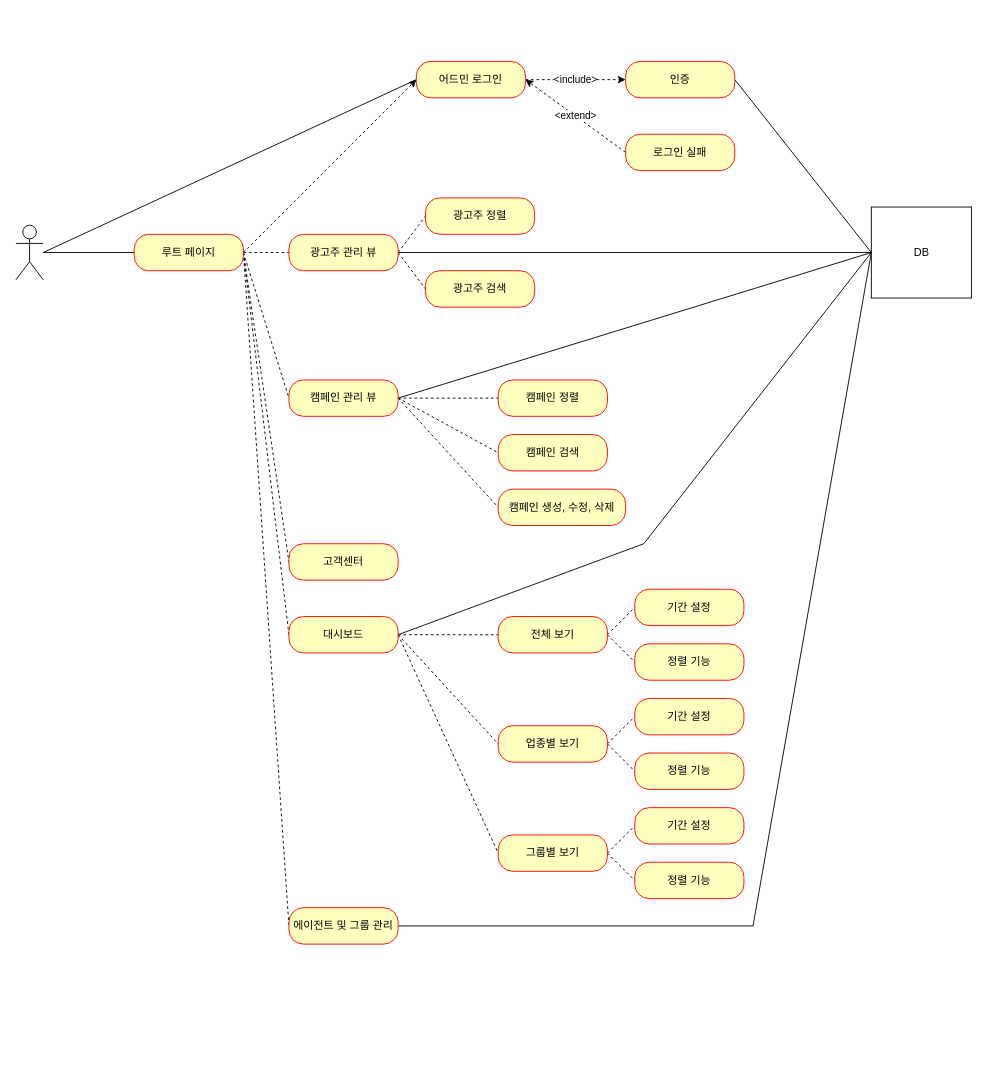
Earlier version of the draw.io diagram 제목 없는 다이어그램.drawio (mrcocoball/cocoball-ad-platform-agency). Source tidied: cells renumbered, new cells numbered last; positions are measured from the earlier drawing's top-left corner, leaving out a move shared by most shapes. Both pictures are drawn from the tidied source at 91%, with x=0, y=0 at pixel (15, 61).
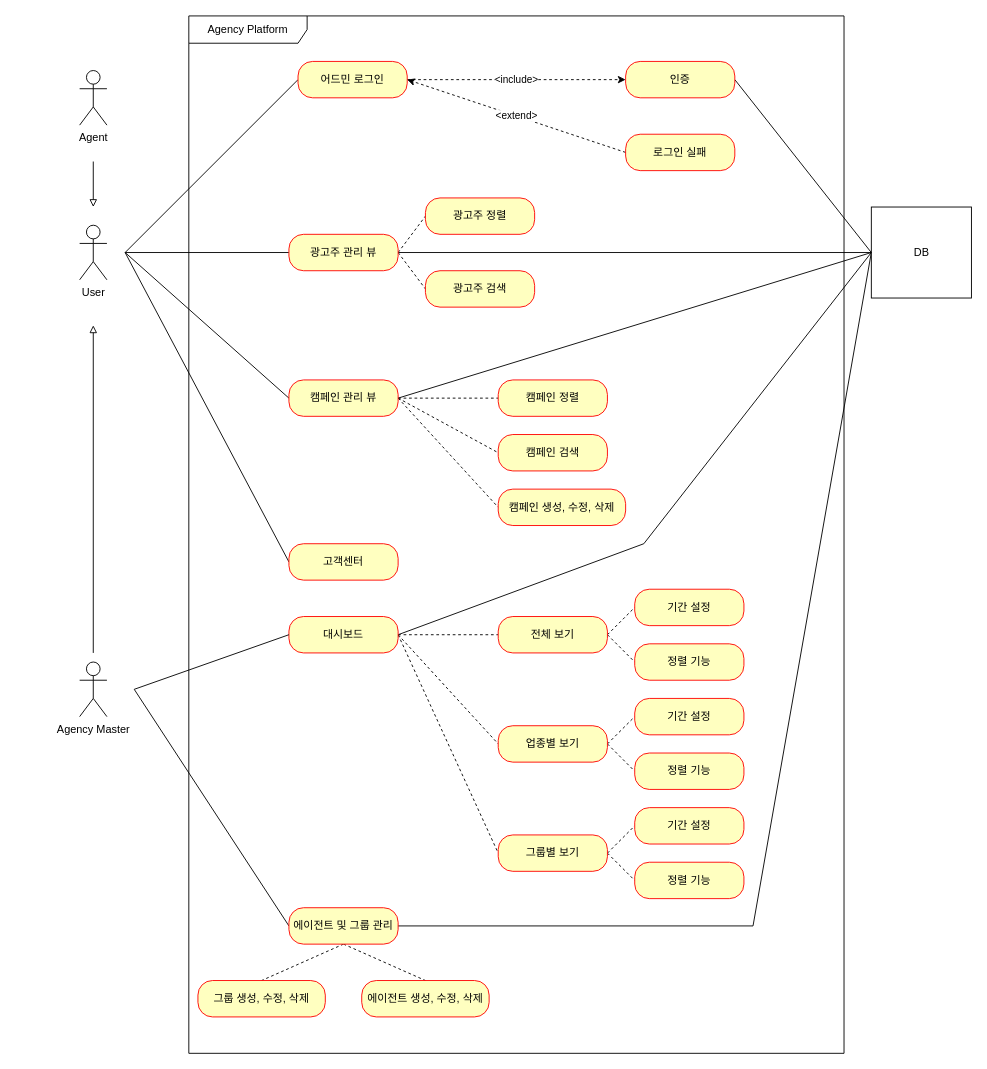
Above is the later version.

Unchanged cells that the change refers to:
```xml
<mxCell id="24" value="광고주 관리 뷰" style="rounded=1;whiteSpace=wrap;html=1;arcSize=40;fontColor=#000000;fillColor=#ffffc0;strokeColor=#ff0000;" parent="1" vertex="1">
  <mxGeometry x="300" y="190" width="120" height="40" as="geometry" />
</mxCell>
<mxCell id="25" value="고객센터" style="rounded=1;whiteSpace=wrap;html=1;arcSize=40;fontColor=#000000;fillColor=#ffffc0;strokeColor=#ff0000;" parent="1" vertex="1">
  <mxGeometry x="300" y="530" width="120" height="40" as="geometry" />
</mxCell>
<mxCell id="30" value="대시보드" style="rounded=1;whiteSpace=wrap;html=1;arcSize=40;fontColor=#000000;fillColor=#ffffc0;strokeColor=#ff0000;" parent="1" vertex="1">
  <mxGeometry x="300" y="610" width="120" height="40" as="geometry" />
</mxCell>
<mxCell id="32" value="에이전트 및 그룹 관리" style="rounded=1;whiteSpace=wrap;html=1;arcSize=40;fontColor=#000000;fillColor=#ffffc0;strokeColor=#ff0000;" parent="1" vertex="1">
  <mxGeometry x="300" y="930" width="120" height="40" as="geometry" />
</mxCell>
<mxCell id="39" value="캠페인 관리 뷰" style="rounded=1;whiteSpace=wrap;html=1;arcSize=40;fontColor=#000000;fillColor=#ffffc0;strokeColor=#ff0000;" parent="1" vertex="1">
  <mxGeometry x="300" y="350" width="120" height="40" as="geometry" />
</mxCell>
```

The edit, as a diff of the source:
```diff
@@
-    <mxCell id="2" style="edgeStyle=none;rounded=0;jettySize=auto;html=1;entryX=0;entryY=0.5;entryDx=0;entryDy=0;endArrow=none;endFill=0;" parent="1" edge="1" target="9">
-      <mxGeometry relative="1" as="geometry">
-        <mxPoint x="30" y="210" as="sourcePoint" />
-      </mxGeometry>
-    </mxCell>
-    <mxCell id="3" style="edgeStyle=none;rounded=0;jettySize=auto;html=1;entryX=0;entryY=0.5;entryDx=0;entryDy=0;endArrow=none;endFill=0;" parent="1" edge="1" source="4" target="20">
-      <mxGeometry relative="1" as="geometry" />
-    </mxCell>
+    <mxCell id="58" style="edgeStyle=none;rounded=0;jettySize=auto;html=1;entryX=0;entryY=0.5;entryDx=0;entryDy=0;endArrow=none;endFill=0;" parent="1" edge="1" target="9">
+      <mxGeometry relative="1" as="geometry">
+        <mxPoint x="120" y="210" as="sourcePoint" />
+      </mxGeometry>
+    </mxCell>
-    <mxCell id="4" style="shape=umlActor;verticalLabelPosition=bottom;verticalAlign=top;html=1;outlineConnect=0;" parent="1" vertex="1">
-      <mxGeometry y="180" width="30" height="60" as="geometry" />
+    <mxCell id="4" value="User" style="shape=umlActor;verticalLabelPosition=bottom;verticalAlign=top;html=1;outlineConnect=0;" parent="1" vertex="1">
+      <mxGeometry x="70" y="180" width="30" height="60" as="geometry" />
     </mxCell>
@@
     <mxCell id="9" value="어드민 로그인" style="rounded=1;whiteSpace=wrap;html=1;arcSize=40;fontColor=#000000;fillColor=#ffffc0;strokeColor=#ff0000;" parent="1" vertex="1">
-      <mxGeometry x="440" width="120" height="40" as="geometry" />
+      <mxGeometry x="310" width="120" height="40" as="geometry" />
     </mxCell>
@@
-    <mxCell id="14" style="edgeStyle=none;rounded=0;jettySize=auto;html=1;dashed=1;endArrow=none;endFill=0;" parent="1" edge="1" source="20" target="24">
-      <mxGeometry relative="1" as="geometry" />
-    </mxCell>
-    <mxCell id="15" style="edgeStyle=none;rounded=0;jettySize=auto;html=1;entryX=0;entryY=0.5;entryDx=0;entryDy=0;dashed=1;exitX=1;exitY=0.5;exitDx=0;exitDy=0;" parent="1" edge="1" source="20" target="9">
-      <mxGeometry relative="1" as="geometry" />
-    </mxCell>
-    <mxCell id="16" style="edgeStyle=none;rounded=0;jettySize=auto;html=1;entryX=0;entryY=0.5;entryDx=0;entryDy=0;endArrow=none;endFill=0;dashed=1;exitX=1;exitY=0.5;exitDx=0;exitDy=0;" parent="1" edge="1" source="20" target="30">
-      <mxGeometry relative="1" as="geometry" />
-    </mxCell>
-    <mxCell id="17" style="edgeStyle=none;rounded=0;jettySize=auto;html=1;entryX=0;entryY=0.5;entryDx=0;entryDy=0;dashed=1;endArrow=none;endFill=0;exitX=1;exitY=0.5;exitDx=0;exitDy=0;" parent="1" edge="1" source="20" target="25">
-      <mxGeometry relative="1" as="geometry" />
-    </mxCell>
-    <mxCell id="18" style="edgeStyle=none;rounded=0;jettySize=auto;html=1;entryX=0;entryY=0.5;entryDx=0;entryDy=0;endArrow=none;endFill=0;exitX=1;exitY=0.5;exitDx=0;exitDy=0;dashed=1;" parent="1" edge="1" source="20" target="39">
-      <mxGeometry relative="1" as="geometry" />
-    </mxCell>
-    <mxCell id="19" style="edgeStyle=none;rounded=0;jettySize=auto;html=1;entryX=0;entryY=0.5;entryDx=0;entryDy=0;dashed=1;endArrow=none;endFill=0;exitX=1;exitY=0.5;exitDx=0;exitDy=0;" parent="1" edge="1" source="20" target="32">
-      <mxGeometry relative="1" as="geometry" />
-    </mxCell>
-    <mxCell id="20" value="루트 페이지" style="rounded=1;whiteSpace=wrap;html=1;arcSize=40;fontColor=#000000;fillColor=#ffffc0;strokeColor=#ff0000;" parent="1" vertex="1">
-      <mxGeometry x="130" y="190" width="120" height="40" as="geometry" />
-    </mxCell>
@@
+    <mxCell id="59" style="edgeStyle=none;rounded=0;jettySize=auto;html=1;endArrow=none;endFill=0;" parent="1" edge="1" source="24">
+      <mxGeometry relative="1" as="geometry">
+        <mxPoint x="120" y="210" as="targetPoint" />
+      </mxGeometry>
+    </mxCell>
@@
+    <mxCell id="60" style="edgeStyle=none;rounded=0;jettySize=auto;html=1;endArrow=none;endFill=0;exitX=0;exitY=0.5;exitDx=0;exitDy=0;" parent="1" edge="1" source="25">
+      <mxGeometry relative="1" as="geometry">
+        <mxPoint x="120" y="210" as="targetPoint" />
+      </mxGeometry>
+    </mxCell>
@@
+    <mxCell id="61" style="edgeStyle=none;rounded=0;jettySize=auto;html=1;endArrow=none;endFill=0;exitX=0;exitY=0.5;exitDx=0;exitDy=0;" parent="1" edge="1" source="32">
+      <mxGeometry relative="1" as="geometry">
+        <mxPoint x="130" y="690" as="targetPoint" />
+      </mxGeometry>
+    </mxCell>
+    <mxCell id="62" style="edgeStyle=none;rounded=0;jettySize=auto;html=1;entryX=0.5;entryY=0;entryDx=0;entryDy=0;endArrow=none;endFill=0;dashed=1;exitX=0.5;exitY=1;exitDx=0;exitDy=0;" parent="1" edge="1" source="32" target="70">
+      <mxGeometry relative="1" as="geometry" />
+    </mxCell>
+    <mxCell id="63" style="edgeStyle=none;rounded=0;jettySize=auto;html=1;entryX=0.5;entryY=0;entryDx=0;entryDy=0;dashed=1;endArrow=none;endFill=0;exitX=0.5;exitY=1;exitDx=0;exitDy=0;" parent="1" edge="1" source="32" target="71">
+      <mxGeometry relative="1" as="geometry" />
+    </mxCell>
@@
+    <mxCell id="64" style="edgeStyle=none;rounded=0;jettySize=auto;html=1;endArrow=none;endFill=0;exitX=0;exitY=0.5;exitDx=0;exitDy=0;" parent="1" edge="1" source="39">
+      <mxGeometry relative="1" as="geometry">
+        <mxPoint x="120" y="210" as="targetPoint" />
+      </mxGeometry>
+    </mxCell>
@@
+    <mxCell id="65" style="edgeStyle=none;rounded=0;orthogonalLoop=1;jettySize=auto;html=1;endArrow=block;endFill=0;" parent="1" edge="1">
+      <mxGeometry relative="1" as="geometry">
+        <mxPoint x="85" y="110" as="sourcePoint" />
+        <mxPoint x="85" y="160" as="targetPoint" />
+      </mxGeometry>
+    </mxCell>
+    <mxCell id="66" value="Agent" style="shape=umlActor;verticalLabelPosition=bottom;verticalAlign=top;html=1;" parent="1" vertex="1">
+      <mxGeometry x="70" y="10" width="30" height="60" as="geometry" />
+    </mxCell>
+    <mxCell id="67" style="edgeStyle=none;rounded=0;jettySize=auto;html=1;entryX=0;entryY=0.5;entryDx=0;entryDy=0;endArrow=none;endFill=0;" parent="1" edge="1" target="30">
+      <mxGeometry relative="1" as="geometry">
+        <mxPoint x="130" y="690" as="sourcePoint" />
+      </mxGeometry>
+    </mxCell>
+    <mxCell id="68" style="edgeStyle=none;rounded=0;orthogonalLoop=1;jettySize=auto;html=1;endArrow=block;endFill=0;" parent="1" edge="1">
+      <mxGeometry relative="1" as="geometry">
+        <mxPoint x="85" y="650" as="sourcePoint" />
+        <mxPoint x="85" y="290" as="targetPoint" />
+      </mxGeometry>
+    </mxCell>
+    <mxCell id="69" value="Agency Master" style="shape=umlActor;verticalLabelPosition=bottom;verticalAlign=top;html=1;" parent="1" vertex="1">
+      <mxGeometry x="70" y="660" width="30" height="60" as="geometry" />
+    </mxCell>
+    <mxCell id="70" value="그룹 생성, 수정, 삭제" style="rounded=1;whiteSpace=wrap;html=1;arcSize=40;fontColor=#000000;fillColor=#ffffc0;strokeColor=#ff0000;" parent="1" vertex="1">
+      <mxGeometry x="200" y="1010" width="140" height="40" as="geometry" />
+    </mxCell>
+    <mxCell id="71" value="에이전트 생성, 수정, 삭제" style="rounded=1;whiteSpace=wrap;html=1;arcSize=40;fontColor=#000000;fillColor=#ffffc0;strokeColor=#ff0000;" parent="1" vertex="1">
+      <mxGeometry x="380" y="1010" width="140" height="40" as="geometry" />
+    </mxCell>
+    <mxCell id="72" value="Agency Platform" style="shape=umlFrame;whiteSpace=wrap;html=1;width=130;height=30;" parent="1" vertex="1">
+      <mxGeometry x="190" y="-50" width="720" height="1140" as="geometry" />
+    </mxCell>
```
